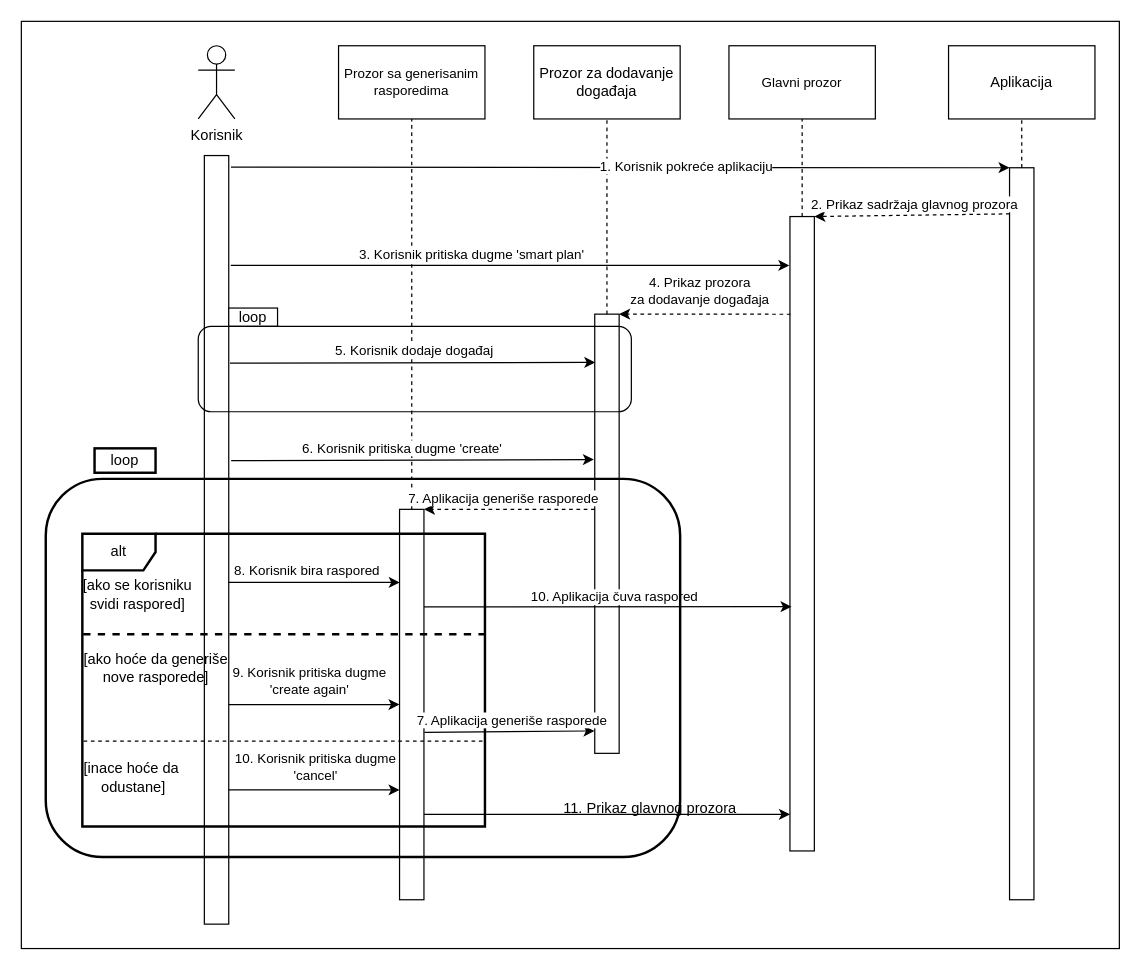
The draw.io diagram documentation/specific documentation sections/smartPlanDiagram.drawio in jelisavetagavrilovic/kOrganizify, before the edit. Source tidied: cells renumbered, new cells numbered last; positions are measured from the earlier drawing's top-left corner, leaving out a move shared by most shapes. Both pictures are drawn from the tidied source at 122%, with x=0, y=0 at pixel (21, 21).
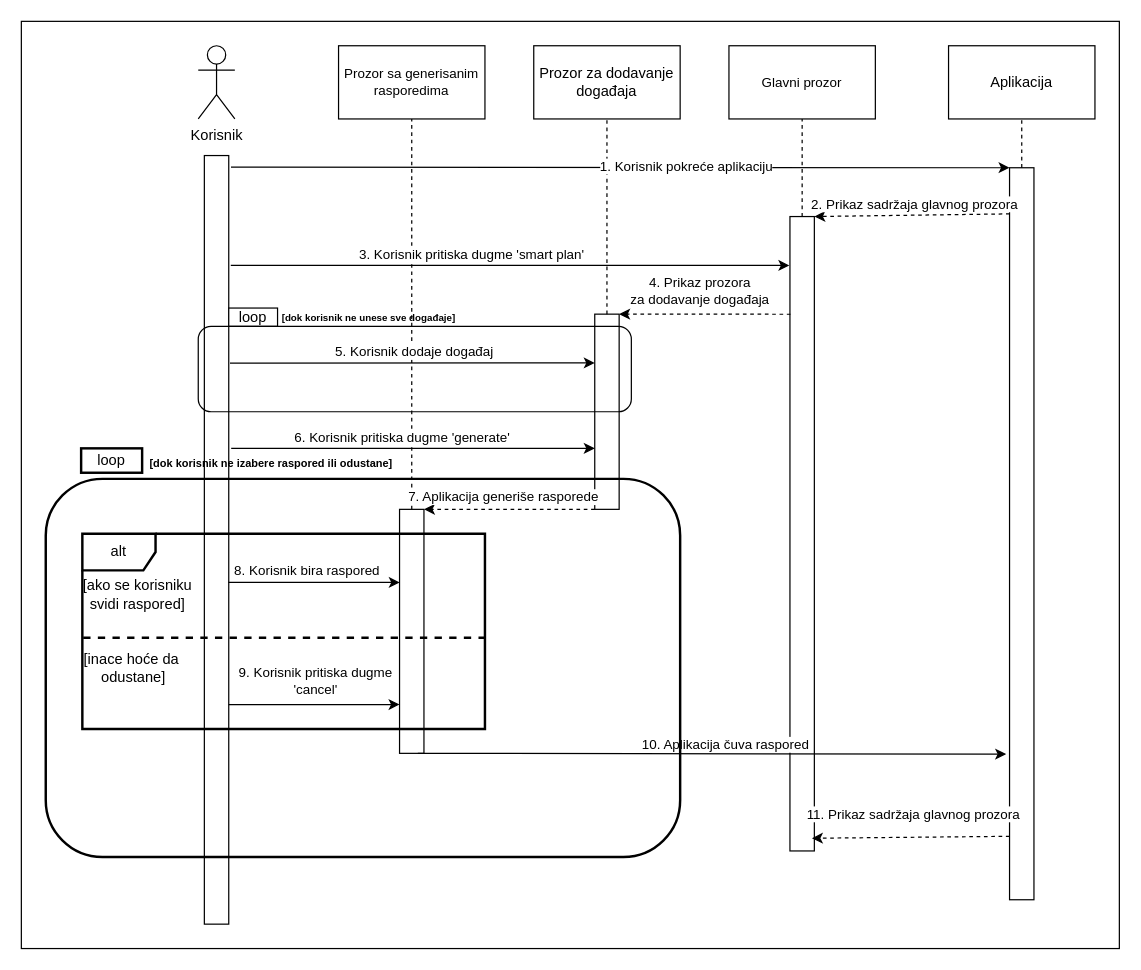
The same page after the edit.

The change refers to these unchanged cells:
```xml
<mxCell id="4" style="rounded=0;whiteSpace=wrap;html=1;" parent="1" vertex="1">
  <mxGeometry x="150" y="110" width="20" height="630" as="geometry" />
</mxCell>
<mxCell id="5" style="rounded=0;whiteSpace=wrap;html=1;" parent="1" vertex="1">
  <mxGeometry x="810" y="120" width="20" height="600" as="geometry" />
</mxCell>
<mxCell id="12" style="rounded=0;whiteSpace=wrap;html=1;" parent="1" vertex="1">
  <mxGeometry x="630" y="160" width="20" height="520" as="geometry" />
</mxCell>
```

Diff of the diagram source:
```diff
@@
     <mxCell id="9" style="rounded=0;whiteSpace=wrap;html=1;" parent="1" vertex="1">
-      <mxGeometry x="470" y="240" width="20" height="360" as="geometry" />
+      <mxGeometry x="470" y="240" width="20" height="160" as="geometry" />
     </mxCell>
@@
     <mxCell id="14" style="rounded=0;whiteSpace=wrap;html=1;" parent="1" vertex="1">
-      <mxGeometry x="310" y="400" width="20" height="320" as="geometry" />
+      <mxGeometry x="310" y="400" width="20" height="200" as="geometry" />
     </mxCell>
@@
-    <mxCell id="25" style="endArrow=classic;html=1;rounded=0;exitX=1.05;exitY=0.27;exitDx=0;exitDy=0;exitPerimeter=0;entryX=0.021;entryY=0.11;entryDx=0;entryDy=0;entryPerimeter=0;" parent="1" edge="1" source="4" target="9">
-      <mxGeometry relative="1" as="geometry" />
+    <mxCell id="25" style="endArrow=classic;html=1;rounded=0;exitX=1.05;exitY=0.27;exitDx=0;exitDy=0;exitPerimeter=0;" parent="1" edge="1" source="4">
+      <mxGeometry relative="1" as="geometry">
+        <mxPoint x="470" y="280" as="targetPoint" />
+      </mxGeometry>
     </mxCell>
@@
-    <mxCell id="28" style="endArrow=classic;html=1;rounded=0;exitX=1.1;exitY=0.397;exitDx=0;exitDy=0;exitPerimeter=0;entryX=-0.036;entryY=0.331;entryDx=0;entryDy=0;entryPerimeter=0;" parent="1" edge="1" source="4" target="9">
-      <mxGeometry relative="1" as="geometry" />
+    <mxCell id="28" style="endArrow=classic;html=1;rounded=0;exitX=1.1;exitY=0.397;exitDx=0;exitDy=0;exitPerimeter=0;" parent="1" edge="1">
+      <mxGeometry relative="1" as="geometry">
+        <mxPoint x="172" y="350.1" as="sourcePoint" />
+        <mxPoint x="470" y="350" as="targetPoint" />
+      </mxGeometry>
     </mxCell>
-    <mxCell id="29" value="6. Korisnik pritiska dugme 'create'" style="edgeLabel;html=1;align=center;verticalAlign=middle;" parent="28" vertex="1">
+    <mxCell id="29" value="6. Korisnik pritiska dugme 'generate'" style="edgeLabel;html=1;align=center;verticalAlign=middle;" parent="28" vertex="1">
       <mxGeometry x="0.11" relative="1" as="geometry">
         <mxPoint x="-25" y="-10" as="offset" />
       </mxGeometry>
     </mxCell>
@@
     <mxCell id="34" value="alt" style="shape=umlFrame;whiteSpace=wrap;html=1;strokeWidth=2;" parent="1" vertex="1">
-      <mxGeometry x="50" y="420" width="330" height="240" as="geometry" />
+      <mxGeometry x="50" y="420" width="330" height="160" as="geometry" />
     </mxCell>
@@
-    <mxCell id="36" style="endArrow=none;dashed=1;html=1;rounded=0;exitX=0.002;exitY=0.343;exitDx=0;exitDy=0;exitPerimeter=0;entryX=1;entryY=0.343;entryDx=0;entryDy=0;entryPerimeter=0;strokeWidth=2;" parent="1" edge="1" source="34" target="34">
-      <mxGeometry relative="1" as="geometry" />
+    <mxCell id="36" style="endArrow=none;dashed=1;html=1;rounded=0;exitX=0.002;exitY=0.343;exitDx=0;exitDy=0;exitPerimeter=0;entryX=1;entryY=0.343;entryDx=0;entryDy=0;entryPerimeter=0;strokeWidth=2;" parent="1" edge="1">
+      <mxGeometry relative="1" as="geometry">
+        <mxPoint x="50.7" y="505.2" as="sourcePoint" />
+        <mxPoint x="380" y="505.2" as="targetPoint" />
+      </mxGeometry>
     </mxCell>
-    <mxCell id="37" value="[ako hoće da generiše&lt;br&gt;nove rasporede]" style="text;html=1;align=center;verticalAlign=middle;strokeColor=none;fillColor=none;" parent="1" vertex="1">
-      <mxGeometry x="40" y="510" width="140" height="40" as="geometry" />
-    </mxCell>
-    <mxCell id="38" style="endArrow=classic;html=1;rounded=0;" parent="1" edge="1">
-      <mxGeometry relative="1" as="geometry">
-        <mxPoint x="170" y="560" as="sourcePoint" />
-        <mxPoint x="310" y="560" as="targetPoint" />
-      </mxGeometry>
-    </mxCell>
-    <mxCell id="39" value="9. Korisnik pritiska dugme&lt;br&gt;'create again'" style="edgeLabel;html=1;align=center;verticalAlign=middle;" parent="38" vertex="1">
-      <mxGeometry x="-0.12" y="2" relative="1" as="geometry">
-        <mxPoint x="3" y="-18" as="offset" />
-      </mxGeometry>
-    </mxCell>
-    <mxCell id="40" style="endArrow=classic;html=1;rounded=0;entryX=0.065;entryY=0.615;entryDx=0;entryDy=0;entryPerimeter=0;exitX=1;exitY=0.25;exitDx=0;exitDy=0;" parent="1" edge="1" source="14" target="12">
+    <mxCell id="40" style="endArrow=classic;html=1;rounded=0;entryX=-0.14;entryY=0.801;entryDx=0;entryDy=0;entryPerimeter=0;exitX=0.75;exitY=1;exitDx=0;exitDy=0;" parent="1" edge="1" source="14" target="5">
       <mxGeometry relative="1" as="geometry" />
     </mxCell>
@@
-    <mxCell id="42" style="endArrow=classic;html=1;rounded=0;entryX=-0.01;entryY=0.949;entryDx=0;entryDy=0;entryPerimeter=0;exitX=1.017;exitY=0.571;exitDx=0;exitDy=0;exitPerimeter=0;" parent="1" edge="1" source="14" target="9">
-      <mxGeometry relative="1" as="geometry" />
-    </mxCell>
-    <mxCell id="43" value="7. Aplikacija generiše rasporede" style="edgeLabel;html=1;align=center;verticalAlign=middle;" parent="42" vertex="1">
-      <mxGeometry x="0.02" relative="1" as="geometry">
-        <mxPoint y="-10" as="offset" />
-      </mxGeometry>
-    </mxCell>
-    <mxCell id="44" value="loop" style="rounded=0;whiteSpace=wrap;html=1;strokeWidth=2;" parent="1" vertex="1">
-      <mxGeometry x="60" y="350" width="50" height="20" as="geometry" />
+    <mxCell id="44" value="loop" style="rounded=0;whiteSpace=wrap;html=1;strokeWidth=2;fontStyle=0;" parent="1" vertex="1">
+      <mxGeometry x="49" y="350" width="50" height="20" as="geometry" />
     </mxCell>
-    <mxCell id="45" style="endArrow=none;dashed=1;html=1;rounded=0;exitX=0.002;exitY=0.343;exitDx=0;exitDy=0;exitPerimeter=0;entryX=1;entryY=0.343;entryDx=0;entryDy=0;entryPerimeter=0;" parent="1" edge="1">
-      <mxGeometry relative="1" as="geometry">
-        <mxPoint x="51" y="590" as="sourcePoint" />
-        <mxPoint x="380" y="590" as="targetPoint" />
-      </mxGeometry>
-    </mxCell>
     <mxCell id="46" value="[inace hoće da&lt;br&gt;&amp;nbsp;odustane]" style="text;html=1;align=center;verticalAlign=middle;strokeColor=none;fillColor=none;" parent="1" vertex="1">
-      <mxGeometry x="40" y="600" width="100" height="40" as="geometry" />
+      <mxGeometry x="40" y="510" width="100" height="40" as="geometry" />
     </mxCell>
     <mxCell id="47" style="endArrow=classic;html=1;rounded=0;" parent="1" edge="1">
       <mxGeometry relative="1" as="geometry">
-        <mxPoint x="170" y="630" as="sourcePoint" />
-        <mxPoint x="310" y="630" as="targetPoint" />
+        <mxPoint x="170" y="560" as="sourcePoint" />
+        <mxPoint x="310" y="560" as="targetPoint" />
       </mxGeometry>
     </mxCell>
-    <mxCell id="48" value="10. Korisnik pritiska dugme&lt;br&gt;'cancel'" style="edgeLabel;html=1;align=center;verticalAlign=middle;" parent="47" vertex="1">
+    <mxCell id="48" value="9. Korisnik pritiska dugme&lt;br&gt;'cancel'" style="edgeLabel;html=1;align=center;verticalAlign=middle;" parent="47" vertex="1">
       <mxGeometry x="-0.19" y="2" relative="1" as="geometry">
         <mxPoint x="13" y="-18" as="offset" />
       </mxGeometry>
     </mxCell>
-    <mxCell id="49" style="endArrow=classic;html=1;rounded=0;" parent="1" edge="1">
-      <mxGeometry relative="1" as="geometry">
-        <mxPoint x="330" y="650" as="sourcePoint" />
-        <mxPoint x="630" y="650" as="targetPoint" />
-      </mxGeometry>
-    </mxCell>
-    <mxCell id="50" value="11. Prikaz glavnog prozora" style="text;html=1;align=center;verticalAlign=middle;strokeColor=none;fillColor=none;" parent="1" vertex="1">
-      <mxGeometry x="430" y="630" width="170" height="30" as="geometry" />
-    </mxCell>
+    <mxCell id="53" value="[dok korisnik ne unese sve događaje]" style="text;html=1;strokeColor=none;fillColor=none;align=center;verticalAlign=middle;whiteSpace=wrap;rounded=0;fontStyle=1;fontSize=8;" parent="1" vertex="1">
+      <mxGeometry x="210" y="227.5" width="150" height="30" as="geometry" />
+    </mxCell>
+    <mxCell id="54" style="endArrow=classic;html=1;rounded=0;entryX=0.9;entryY=0.98;entryDx=0;entryDy=0;exitX=0.003;exitY=0.063;exitDx=0;exitDy=0;exitPerimeter=0;dashed=1;entryPerimeter=0;" parent="1" edge="1" target="12">
+      <mxGeometry relative="1" as="geometry">
+        <mxPoint x="810" y="668" as="sourcePoint" />
+      </mxGeometry>
+    </mxCell>
+    <mxCell id="55" value="11. Prikaz sadržaja glavnog prozora" style="edgeLabel;html=1;align=center;verticalAlign=middle;" parent="54" vertex="1">
+      <mxGeometry x="-0.23" y="-1" relative="1" as="geometry">
+        <mxPoint x="-17" y="-18" as="offset" />
+      </mxGeometry>
+    </mxCell>
@@
+    <mxCell id="56" style="edgeStyle=orthogonalEdgeStyle;rounded=0;orthogonalLoop=1;jettySize=auto;html=1;exitX=0.5;exitY=1;exitDx=0;exitDy=0;" parent="1" edge="1" source="9" target="9">
+      <mxGeometry relative="1" as="geometry" />
+    </mxCell>
@@
+    <mxCell id="57" value="[dok korisnik ne izabere raspored ili odustane]" style="text;html=1;strokeColor=none;fillColor=none;align=center;verticalAlign=middle;whiteSpace=wrap;rounded=0;fontStyle=1;fontSize=9;" parent="1" vertex="1">
+      <mxGeometry x="100" y="347.5" width="210" height="30" as="geometry" />
+    </mxCell>
```
